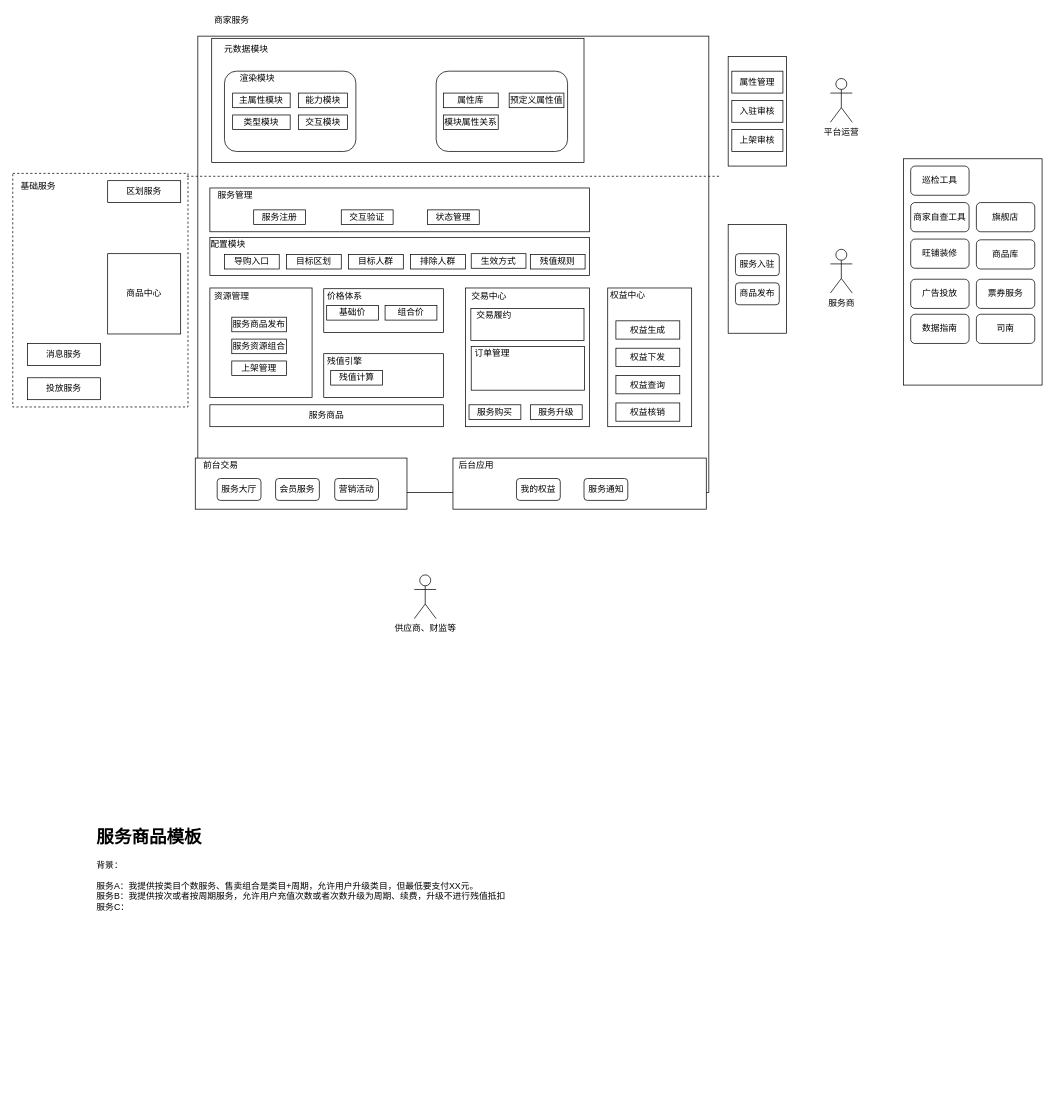
The draw.io diagram Untitled Diagram.drawio in wylyf3030/draw, before the edit. Source tidied: cells renumbered, new cells numbered last; positions are measured from the earlier drawing's top-left corner, leaving out a move shared by most shapes. Both pictures are drawn from the tidied source at 73%, with x=0, y=0 at pixel (12, 12).
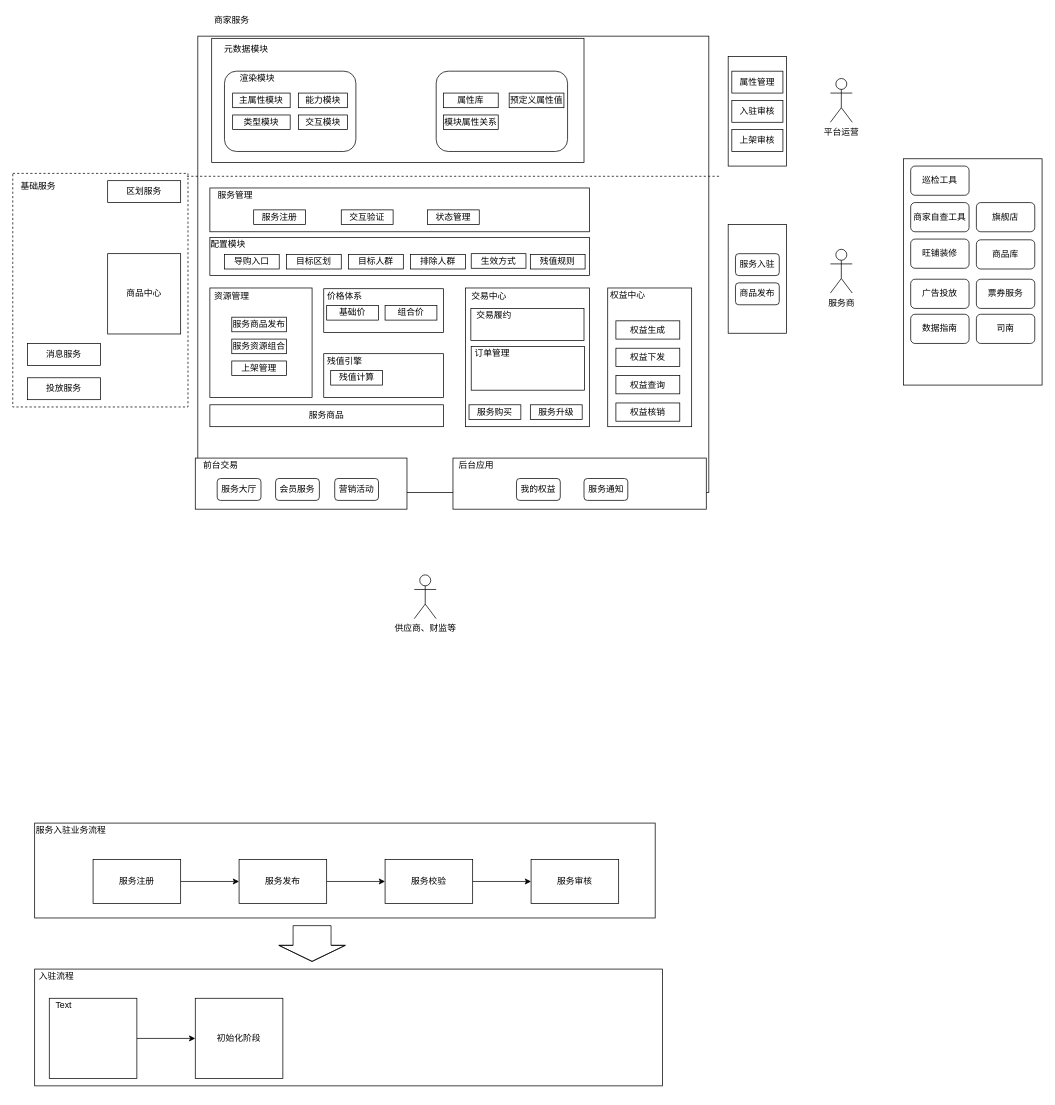
The same diagram, later.

Diff of the diagram source:
```diff
@@
+    <mxCell id="95" style="rounded=0;whiteSpace=wrap;html=1;" parent="1" vertex="1">
+      <mxGeometry x="30" y="1110" width="850" height="130" as="geometry" />
+    </mxCell>
@@
-    <mxCell id="86" value="&lt;h1&gt;服务商品模板&lt;/h1&gt;&lt;div&gt;背景：&lt;/div&gt;&lt;div&gt;&lt;br&gt;&lt;/div&gt;&lt;div&gt;服务A：我提供按类目个数服务、售卖组合是类目+周期，允许用户升级类目，但最低要支付XX元。&lt;/div&gt;&lt;div&gt;服务B：我提供按次或者按周期服务，允许用户充值次数或者次数升级为周期、续费，升级不进行残值抵扣&lt;/div&gt;&lt;div&gt;服务C：&lt;/div&gt;" style="text;html=1;strokeColor=none;fillColor=none;spacing=5;spacingTop=-20;whiteSpace=wrap;overflow=hidden;rounded=0;" parent="1" vertex="1">
-      <mxGeometry x="110" y="1110" width="800" height="370" as="geometry" />
-    </mxCell>
@@
+    <mxCell id="96" style="edgeStyle=orthogonalEdgeStyle;rounded=0;jettySize=auto;html=1;" parent="1" edge="1" source="97" target="99">
+      <mxGeometry relative="1" as="geometry" />
+    </mxCell>
+    <mxCell id="97" value="服务注册" style="rounded=0;whiteSpace=wrap;html=1;" parent="1" vertex="1">
+      <mxGeometry x="110" y="1160" width="120" height="60" as="geometry" />
+    </mxCell>
+    <mxCell id="98" style="edgeStyle=orthogonalEdgeStyle;rounded=0;jettySize=auto;html=1;" parent="1" edge="1" source="99" target="101">
+      <mxGeometry relative="1" as="geometry" />
+    </mxCell>
+    <mxCell id="99" value="服务发布" style="rounded=0;whiteSpace=wrap;html=1;" parent="1" vertex="1">
+      <mxGeometry x="310" y="1160" width="120" height="60" as="geometry" />
+    </mxCell>
+    <mxCell id="100" style="edgeStyle=orthogonalEdgeStyle;rounded=0;jettySize=auto;html=1;" parent="1" edge="1" source="101" target="102">
+      <mxGeometry relative="1" as="geometry" />
+    </mxCell>
+    <mxCell id="101" value="服务校验" style="rounded=0;whiteSpace=wrap;html=1;" parent="1" vertex="1">
+      <mxGeometry x="510" y="1160" width="120" height="60" as="geometry" />
+    </mxCell>
+    <mxCell id="102" value="服务审核" style="rounded=0;whiteSpace=wrap;html=1;" parent="1" vertex="1">
+      <mxGeometry x="710" y="1160" width="120" height="60" as="geometry" />
+    </mxCell>
+    <mxCell id="103" value="服务入驻业务流程" style="text;html=1;strokeColor=none;fillColor=none;align=center;verticalAlign=middle;whiteSpace=wrap;rounded=0;" parent="1" vertex="1">
+      <mxGeometry x="30" y="1110" width="100" height="20" as="geometry" />
+    </mxCell>
+    <mxCell id="104" style="shape=flexArrow;endArrow=classic;html=1;endWidth=38;endSize=7;width=52;" parent="1" edge="1">
+      <mxGeometry relative="1" as="geometry">
+        <mxPoint x="410" y="1250" as="sourcePoint" />
+        <mxPoint x="410" y="1300" as="targetPoint" />
+        <Array as="points">
+          <mxPoint x="410" y="1260" />
+        </Array>
+      </mxGeometry>
+    </mxCell>
+    <mxCell id="105" style="rounded=0;whiteSpace=wrap;html=1;" parent="1" vertex="1">
+      <mxGeometry x="30" y="1310" width="860" height="160" as="geometry" />
+    </mxCell>
+    <mxCell id="106" style="edgeStyle=orthogonalEdgeStyle;rounded=0;jettySize=auto;html=1;" parent="1" edge="1" source="107" target="109">
+      <mxGeometry relative="1" as="geometry" />
+    </mxCell>
+    <mxCell id="107" style="rounded=0;whiteSpace=wrap;html=1;" parent="1" vertex="1">
+      <mxGeometry x="50" y="1350" width="120" height="110" as="geometry" />
+    </mxCell>
+    <mxCell id="108" value="入驻流程" style="text;html=1;strokeColor=none;fillColor=none;align=center;verticalAlign=middle;whiteSpace=wrap;rounded=0;" parent="1" vertex="1">
+      <mxGeometry x="30" y="1310" width="60" height="20" as="geometry" />
+    </mxCell>
+    <mxCell id="109" value="初始化阶段" style="rounded=0;whiteSpace=wrap;html=1;" parent="1" vertex="1">
+      <mxGeometry x="250" y="1350" width="120" height="110" as="geometry" />
+    </mxCell>
+    <mxCell id="110" value="Text" style="text;html=1;strokeColor=none;fillColor=none;align=center;verticalAlign=middle;whiteSpace=wrap;rounded=0;" parent="1" vertex="1">
+      <mxGeometry x="50" y="1350" width="40" height="20" as="geometry" />
+    </mxCell>
```
